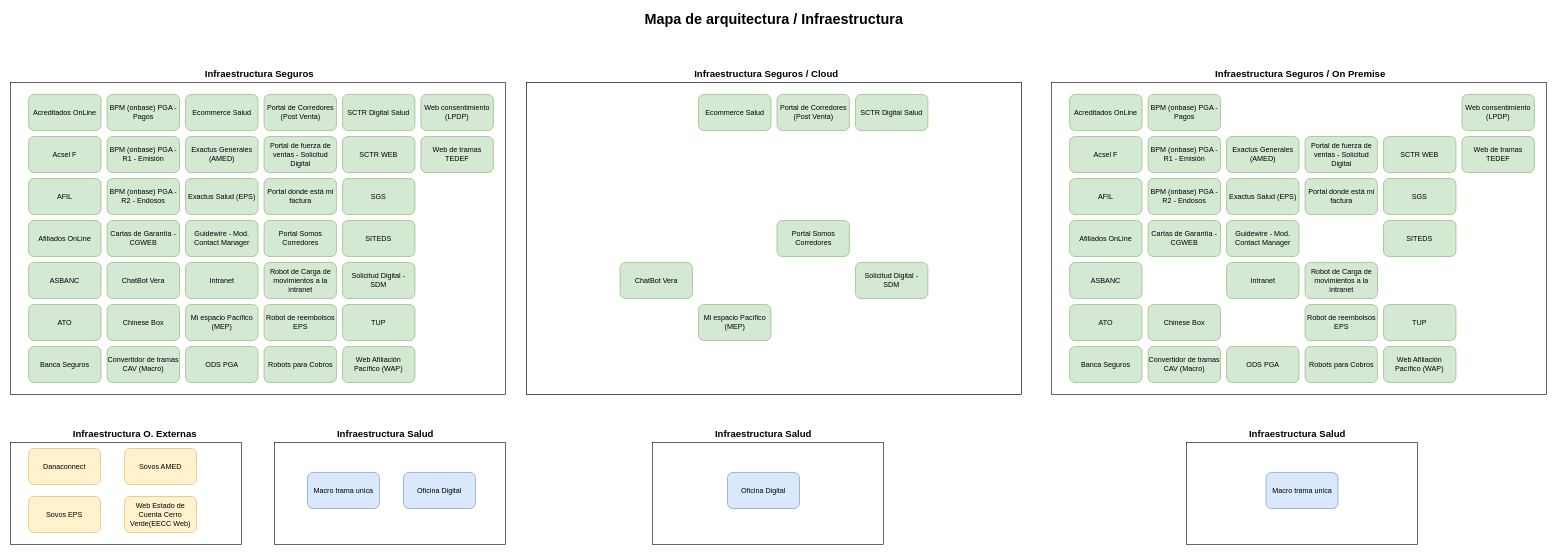
This is page "ambiente" (4 of 5) of reports/MA_ASIS.drawio from maniac787/GenerateMatrixReport, a draw.io file, before an edit. Source tidied: cells renumbered, new cells numbered last; positions are measured from the earlier drawing's top-left corner, leaving out a move shared by most shapes. Both pictures are drawn from the tidied source at 60%, with x=0, y=0 at pixel (10, 10).
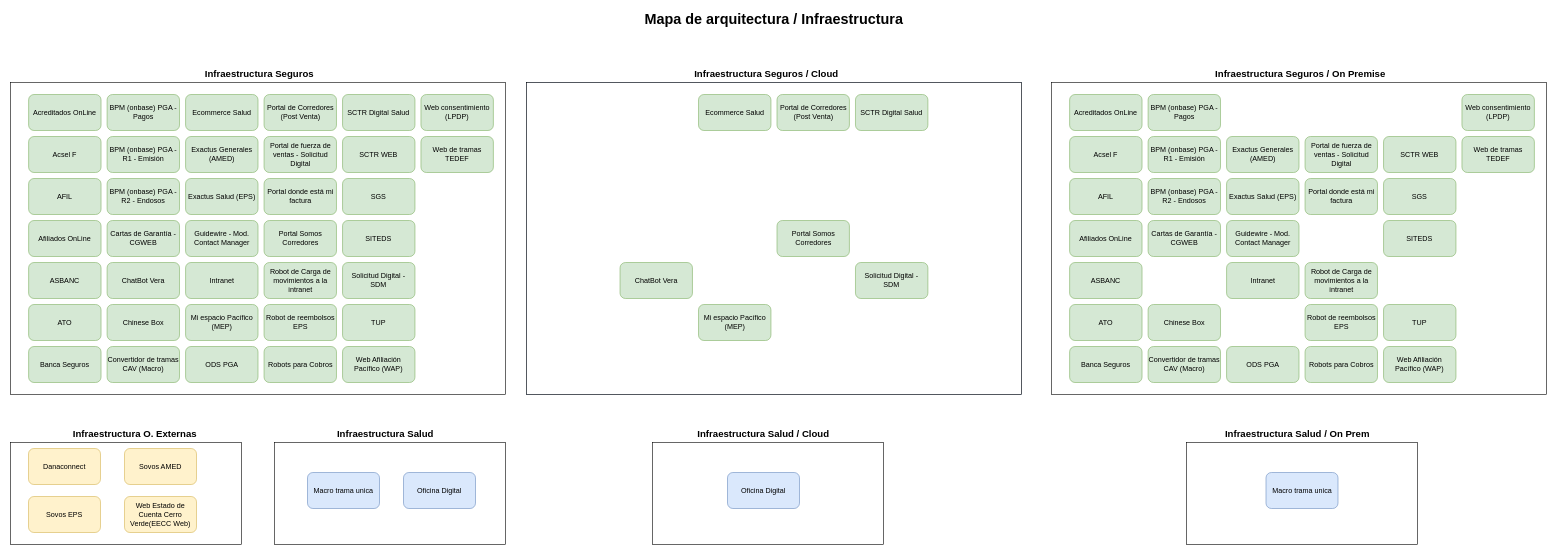
After the change.

Change to the diagram source:
```diff
@@
-    <mxCell id="96" value="&lt;font size=&quot;1&quot; style=&quot;&quot;&gt;&lt;b style=&quot;font-size: 16px;&quot;&gt;Infraestructura Salud&lt;/b&gt;&lt;/font&gt;" style="text;html=1;strokeColor=none;fillColor=none;align=center;verticalAlign=middle;whiteSpace=wrap;rounded=0;" parent="1" vertex="1">
+    <mxCell id="96" value="&lt;font size=&quot;1&quot; style=&quot;&quot;&gt;&lt;b style=&quot;font-size: 16px;&quot;&gt;Infraestructura Salud / Cloud&lt;/b&gt;&lt;/font&gt;" style="text;html=1;strokeColor=none;fillColor=none;align=center;verticalAlign=middle;whiteSpace=wrap;rounded=0;" parent="1" vertex="1">
       <mxGeometry x="1065" y="690" width="380" height="30" as="geometry" />
     </mxCell>
@@
-    <mxCell id="99" value="&lt;font size=&quot;1&quot; style=&quot;&quot;&gt;&lt;b style=&quot;font-size: 16px;&quot;&gt;Infraestructura Salud&lt;/b&gt;&lt;/font&gt;" style="text;html=1;strokeColor=none;fillColor=none;align=center;verticalAlign=middle;whiteSpace=wrap;rounded=0;" parent="1" vertex="1">
+    <mxCell id="99" value="&lt;font size=&quot;1&quot; style=&quot;&quot;&gt;&lt;b style=&quot;font-size: 16px;&quot;&gt;Infraestructura Salud / On Prem&lt;/b&gt;&lt;/font&gt;" style="text;html=1;strokeColor=none;fillColor=none;align=center;verticalAlign=middle;whiteSpace=wrap;rounded=0;" parent="1" vertex="1">
       <mxGeometry x="1955" y="690" width="380" height="30" as="geometry" />
     </mxCell>
```
